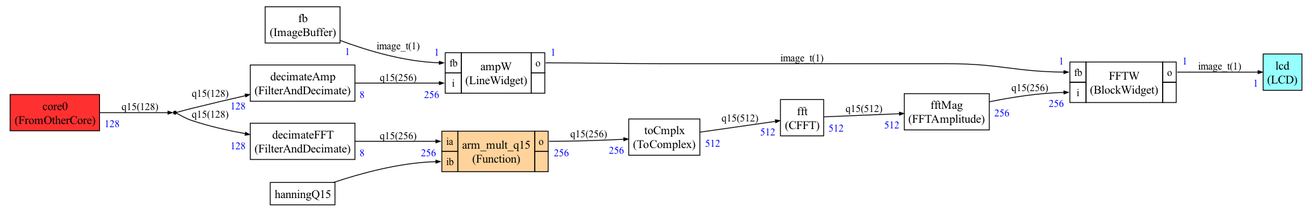
The Graphviz diagram Pictures/lcd_graph.png in christophe0606/PicoMusic, before a commit. Its source is kept beside it as Dot/lcd_graph.dot.
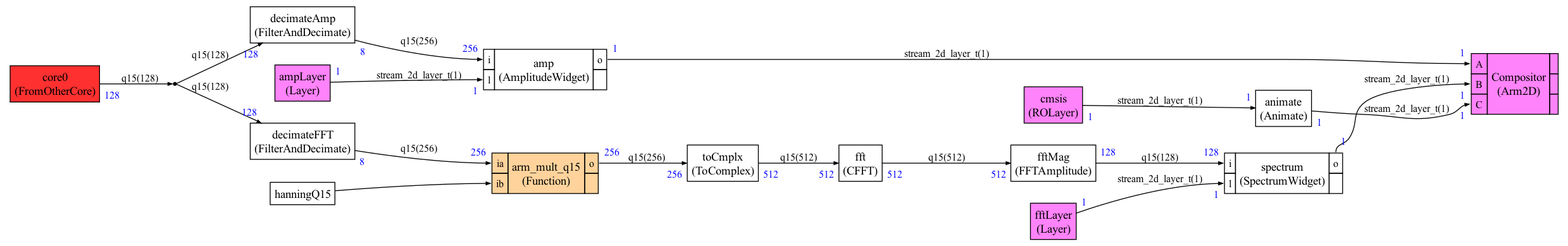
The same file after the commit.

The edit, as a diff of the source:
```diff
@@ -6,15 +6,19 @@
 
 
 
-FFTW [label=<
-<TABLE color="black" bgcolor="None" BORDER="0" CELLBORDER="1" CELLSPACING="0" CELLPADDING="4">
+Compositor [label=<
+<TABLE color="black" bgcolor="orchid1" BORDER="0" CELLBORDER="1" CELLSPACING="0" CELLPADDING="4">
   <TR>
-    <TD PORT="fb"><FONT POINT-SIZE="12.0" COLOR="black">fb</FONT></TD>
-    <TD ALIGN="CENTER" ROWSPAN="2"><FONT COLOR="black" POINT-SIZE="14.0">FFTW<BR/>(BlockWidget)</FONT></TD>
-    <TD PORT="o"><FONT POINT-SIZE="12.0" COLOR="black">o</FONT></TD>
+    <TD PORT="A"><FONT POINT-SIZE="12.0" COLOR="black">A</FONT></TD>
+    <TD ALIGN="CENTER" ROWSPAN="3"><FONT COLOR="black" POINT-SIZE="14.0">Compositor<BR/>(Arm2D)</FONT></TD>
+    <TD></TD>
   </TR>
 <TR>
-<TD PORT="i"><FONT POINT-SIZE="12.0" COLOR="black">i</FONT></TD>
+<TD PORT="B"><FONT POINT-SIZE="12.0" COLOR="black">B</FONT></TD>
+
+
+<TD></TD></TR><TR>
+<TD PORT="C"><FONT POINT-SIZE="12.0" COLOR="black">C</FONT></TD>
 
 
 <TD></TD></TR>
@@ -22,19 +26,33 @@
 </TABLE>>];
 
 
-ampW [label=<
+amp [label=<
 <TABLE color="black" bgcolor="None" BORDER="0" CELLBORDER="1" CELLSPACING="0" CELLPADDING="4">
   <TR>
-    <TD PORT="fb"><FONT POINT-SIZE="12.0" COLOR="black">fb</FONT></TD>
-    <TD ALIGN="CENTER" ROWSPAN="2"><FONT COLOR="black" POINT-SIZE="14.0">ampW<BR/>(LineWidget)</FONT></TD>
+    <TD PORT="i"><FONT POINT-SIZE="12.0" COLOR="black">i</FONT></TD>
+    <TD ALIGN="CENTER" ROWSPAN="2"><FONT COLOR="black" POINT-SIZE="14.0">amp<BR/>(AmplitudeWidget)</FONT></TD>
     <TD PORT="o"><FONT POINT-SIZE="12.0" COLOR="black">o</FONT></TD>
   </TR>
 <TR>
-<TD PORT="i"><FONT POINT-SIZE="12.0" COLOR="black">i</FONT></TD>
+<TD PORT="l"><FONT POINT-SIZE="12.0" COLOR="black">l</FONT></TD>
 
 
 <TD></TD></TR>
 
+</TABLE>>];
+
+ampLayer [label=<
+<TABLE color="black" bgcolor="orchid1" BORDER="0" CELLBORDER="1" CELLSPACING="0" CELLPADDING="4">
+  <TR>
+    <TD ALIGN="CENTER" PORT="i"><FONT COLOR="black" POINT-SIZE="14.0">ampLayer<BR/>(Layer)</FONT></TD>
+  </TR>
+</TABLE>>];
+
+animate [label=<
+<TABLE color="black" bgcolor="None" BORDER="0" CELLBORDER="1" CELLSPACING="0" CELLPADDING="4">
+  <TR>
+    <TD ALIGN="CENTER" PORT="i"><FONT COLOR="black" POINT-SIZE="14.0">animate<BR/>(Animate)</FONT></TD>
+  </TR>
 </TABLE>>];
 
 
@@ -51,6 +69,13 @@
 
 <TD></TD></TR>
 
+</TABLE>>];
+
+cmsis [label=<
+<TABLE color="black" bgcolor="orchid1" BORDER="0" CELLBORDER="1" CELLSPACING="0" CELLPADDING="4">
+  <TR>
+    <TD ALIGN="CENTER" PORT="i"><FONT COLOR="black" POINT-SIZE="14.0">cmsis<BR/>(ROLayer)</FONT></TD>
+  </TR>
 </TABLE>>];
 
 core0 [label=<
@@ -76,17 +101,17 @@
 
 dup0 [shape=point,label="dup0"]
 
-fb [label=<
-<TABLE color="black" bgcolor="None" BORDER="0" CELLBORDER="1" CELLSPACING="0" CELLPADDING="4">
-  <TR>
-    <TD ALIGN="CENTER" PORT="i"><FONT COLOR="black" POINT-SIZE="14.0">fb<BR/>(ImageBuffer)</FONT></TD>
-  </TR>
-</TABLE>>];
-
 fft [label=<
 <TABLE color="black" bgcolor="None" BORDER="0" CELLBORDER="1" CELLSPACING="0" CELLPADDING="4">
   <TR>
     <TD ALIGN="CENTER" PORT="i"><FONT COLOR="black" POINT-SIZE="14.0">fft<BR/>(CFFT)</FONT></TD>
+  </TR>
+</TABLE>>];
+
+fftLayer [label=<
+<TABLE color="black" bgcolor="orchid1" BORDER="0" CELLBORDER="1" CELLSPACING="0" CELLPADDING="4">
+  <TR>
+    <TD ALIGN="CENTER" PORT="i"><FONT COLOR="black" POINT-SIZE="14.0">fftLayer<BR/>(Layer)</FONT></TD>
   </TR>
 </TABLE>>];
 
@@ -97,11 +122,20 @@
   </TR>
 </TABLE>>];
 
-lcd [label=<
-<TABLE color="black" bgcolor="darkslategray1" BORDER="0" CELLBORDER="1" CELLSPACING="0" CELLPADDING="4">
+
+spectrum [label=<
+<TABLE color="black" bgcolor="None" BORDER="0" CELLBORDER="1" CELLSPACING="0" CELLPADDING="4">
   <TR>
-    <TD ALIGN="CENTER" PORT="i"><FONT COLOR="black" POINT-SIZE="14.0">lcd<BR/>(LCD)</FONT></TD>
+    <TD PORT="i"><FONT POINT-SIZE="12.0" COLOR="black">i</FONT></TD>
+    <TD ALIGN="CENTER" ROWSPAN="2"><FONT COLOR="black" POINT-SIZE="14.0">spectrum<BR/>(SpectrumWidget)</FONT></TD>
+    <TD PORT="o"><FONT POINT-SIZE="12.0" COLOR="black">o</FONT></TD>
   </TR>
+<TR>
+<TD PORT="l"><FONT POINT-SIZE="12.0" COLOR="black">l</FONT></TD>
+
+
+<TD></TD></TR>
+
 </TABLE>>];
 
 toCmplx [label=<
@@ -113,16 +147,10 @@
 
 
 
-decimateAmp:i -> ampW:i [style="solid",color="black",fontsize="12.0",fontcolor="black",label=<q15(256)>
+decimateAmp:i -> amp:i [style="solid",color="black",fontsize="12.0",fontcolor="black",label=<q15(256)>
 ,headlabel=<<TABLE BORDER="0" CELLPADDING="4"><TR><TD><FONT COLOR="blue" POINT-SIZE="12.0" >256</FONT>
 </TD></TR></TABLE>>
 ,taillabel=<<TABLE BORDER="0" CELLPADDING="4"><TR><TD><FONT COLOR="blue" POINT-SIZE="12.0" >8</FONT>
-</TD></TR></TABLE>>]
-
-fb:i -> ampW:fb [style="solid",color="black",fontsize="12.0",fontcolor="black",label=<image_t(1)>
-,headlabel=<<TABLE BORDER="0" CELLPADDING="4"><TR><TD><FONT COLOR="blue" POINT-SIZE="12.0" >1</FONT>
-</TD></TR></TABLE>>
-,taillabel=<<TABLE BORDER="0" CELLPADDING="4"><TR><TD><FONT COLOR="blue" POINT-SIZE="12.0" >1</FONT>
 </TD></TR></TABLE>>]
 
 decimateFFT:i -> arm_mult_q151:ia [style="solid",color="black",fontsize="12.0",fontcolor="black",label=<q15(256)>
@@ -149,19 +177,43 @@
 ,taillabel=<<TABLE BORDER="0" CELLPADDING="4"><TR><TD><FONT COLOR="blue" POINT-SIZE="12.0" >512</FONT>
 </TD></TR></TABLE>>]
 
-fftMag:i -> FFTW:i [style="solid",color="black",fontsize="12.0",fontcolor="black",label=<q15(256)>
-,headlabel=<<TABLE BORDER="0" CELLPADDING="4"><TR><TD><FONT COLOR="blue" POINT-SIZE="12.0" >256</FONT>
+fftMag:i -> spectrum:i [style="solid",color="black",fontsize="12.0",fontcolor="black",label=<q15(128)>
+,headlabel=<<TABLE BORDER="0" CELLPADDING="4"><TR><TD><FONT COLOR="blue" POINT-SIZE="12.0" >128</FONT>
 </TD></TR></TABLE>>
-,taillabel=<<TABLE BORDER="0" CELLPADDING="4"><TR><TD><FONT COLOR="blue" POINT-SIZE="12.0" >256</FONT>
+,taillabel=<<TABLE BORDER="0" CELLPADDING="4"><TR><TD><FONT COLOR="blue" POINT-SIZE="12.0" >128</FONT>
 </TD></TR></TABLE>>]
 
-ampW:o -> FFTW:fb [style="solid",color="black",fontsize="12.0",fontcolor="black",label=<image_t(1)>
+ampLayer:i -> amp:l [style="solid",color="black",fontsize="12.0",fontcolor="black",label=<stream_2d_layer_t(1)>
 ,headlabel=<<TABLE BORDER="0" CELLPADDING="4"><TR><TD><FONT COLOR="blue" POINT-SIZE="12.0" >1</FONT>
 </TD></TR></TABLE>>
 ,taillabel=<<TABLE BORDER="0" CELLPADDING="4"><TR><TD><FONT COLOR="blue" POINT-SIZE="12.0" >1</FONT>
 </TD></TR></TABLE>>]
 
-FFTW:o -> lcd:i [style="solid",color="black",fontsize="12.0",fontcolor="black",label=<image_t(1)>
+fftLayer:i -> spectrum:l [style="solid",color="black",fontsize="12.0",fontcolor="black",label=<stream_2d_layer_t(1)>
+,headlabel=<<TABLE BORDER="0" CELLPADDING="4"><TR><TD><FONT COLOR="blue" POINT-SIZE="12.0" >1</FONT>
+</TD></TR></TABLE>>
+,taillabel=<<TABLE BORDER="0" CELLPADDING="4"><TR><TD><FONT COLOR="blue" POINT-SIZE="12.0" >1</FONT>
+</TD></TR></TABLE>>]
+
+cmsis:i -> animate:i [style="solid",color="black",fontsize="12.0",fontcolor="black",label=<stream_2d_layer_t(1)>
+,headlabel=<<TABLE BORDER="0" CELLPADDING="4"><TR><TD><FONT COLOR="blue" POINT-SIZE="12.0" >1</FONT>
+</TD></TR></TABLE>>
+,taillabel=<<TABLE BORDER="0" CELLPADDING="4"><TR><TD><FONT COLOR="blue" POINT-SIZE="12.0" >1</FONT>
+</TD></TR></TABLE>>]
+
+amp:o -> Compositor:A [style="solid",color="black",fontsize="12.0",fontcolor="black",label=<stream_2d_layer_t(1)>
+,headlabel=<<TABLE BORDER="0" CELLPADDING="4"><TR><TD><FONT COLOR="blue" POINT-SIZE="12.0" >1</FONT>
+</TD></TR></TABLE>>
+,taillabel=<<TABLE BORDER="0" CELLPADDING="4"><TR><TD><FONT COLOR="blue" POINT-SIZE="12.0" >1</FONT>
+</TD></TR></TABLE>>]
+
+spectrum:o -> Compositor:B [style="solid",color="black",fontsize="12.0",fontcolor="black",label=<stream_2d_layer_t(1)>
+,headlabel=<<TABLE BORDER="0" CELLPADDING="4"><TR><TD><FONT COLOR="blue" POINT-SIZE="12.0" >1</FONT>
+</TD></TR></TABLE>>
+,taillabel=<<TABLE BORDER="0" CELLPADDING="4"><TR><TD><FONT COLOR="blue" POINT-SIZE="12.0" >1</FONT>
+</TD></TR></TABLE>>]
+
+animate:i -> Compositor:C [style="solid",color="black",fontsize="12.0",fontcolor="black",label=<stream_2d_layer_t(1)>
 ,headlabel=<<TABLE BORDER="0" CELLPADDING="4"><TR><TD><FONT COLOR="blue" POINT-SIZE="12.0" >1</FONT>
 </TD></TR></TABLE>>
 ,taillabel=<<TABLE BORDER="0" CELLPADDING="4"><TR><TD><FONT COLOR="blue" POINT-SIZE="12.0" >1</FONT>
```
